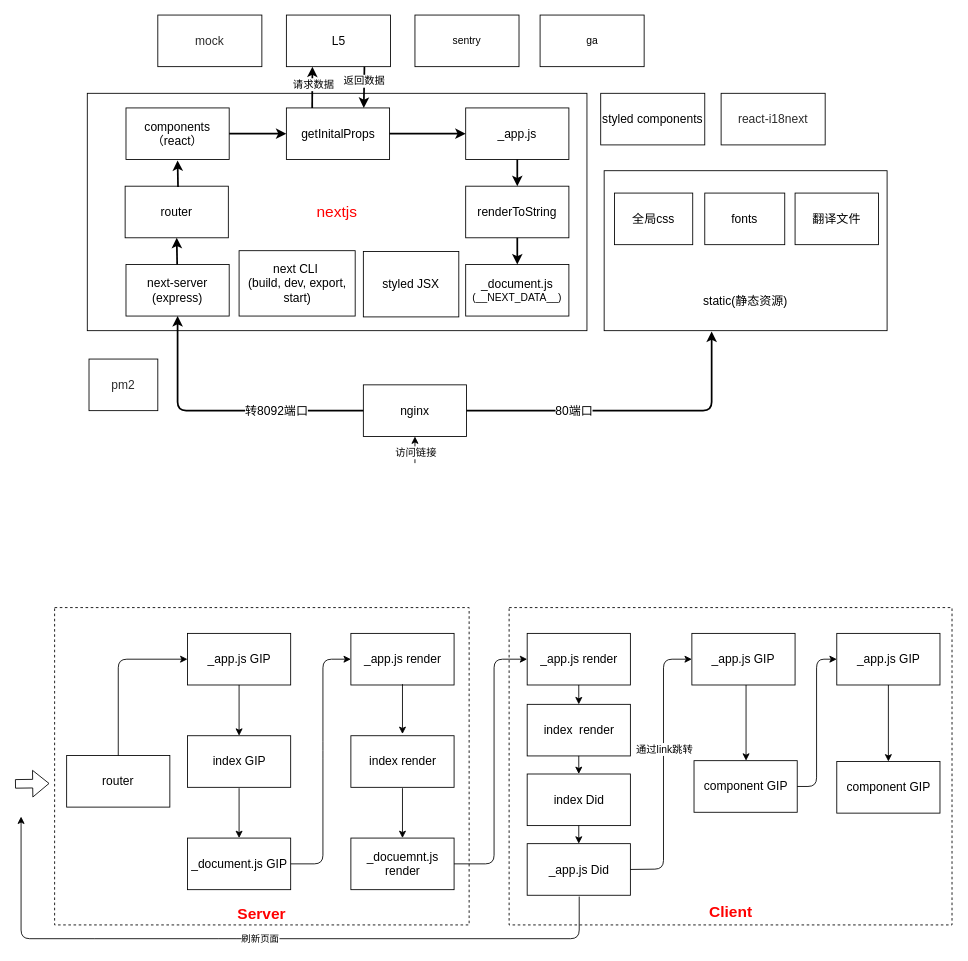
Above: Untitled Diagram.drawio in huanglijiao/docs (draw.io), before the change. Source tidied: cells renumbered, new cells numbered last; positions are measured from the earlier drawing's top-left corner, leaving out a move shared by most shapes. Both pictures are drawn from the tidied source at 86%, with x=0, y=0 at pixel (15, 15).
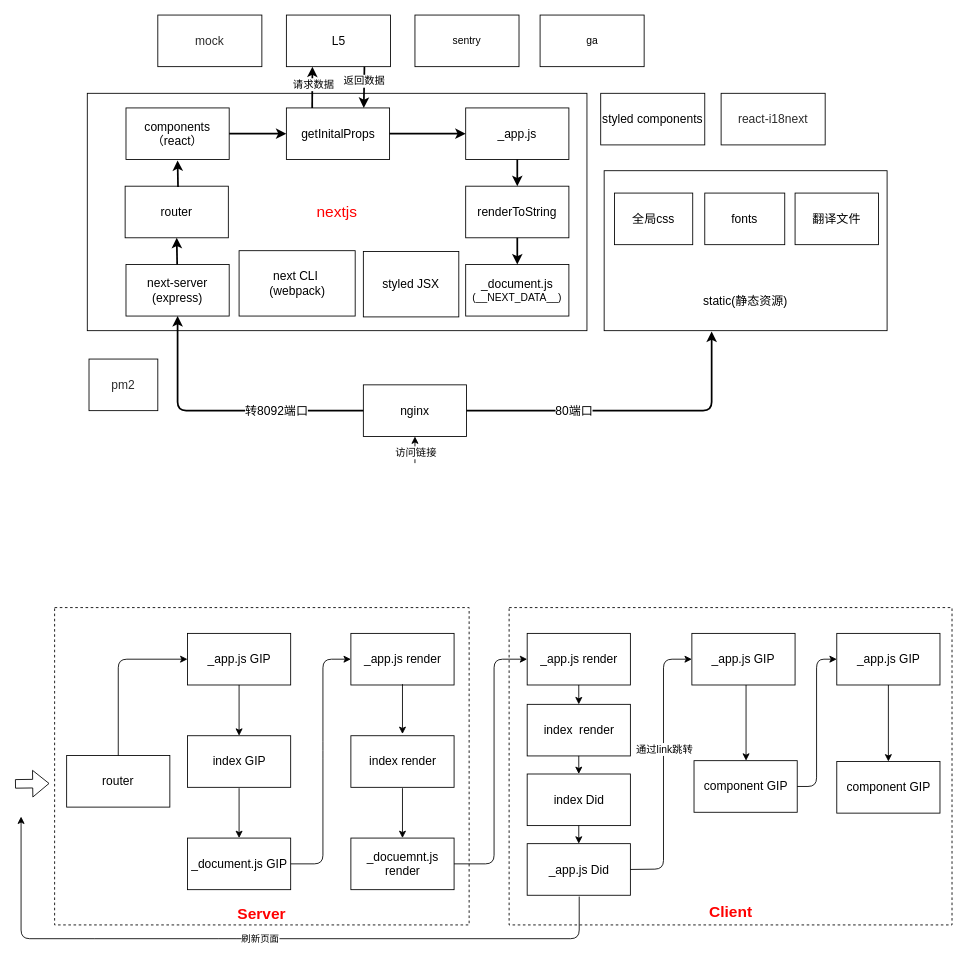
The same diagram, later.

The edit, as a diff of the source:
```diff
@@
-    <mxCell id="34" value="&lt;font style=&quot;font-size: 14px&quot;&gt;next CLI&amp;nbsp; &lt;br&gt;(build, dev, export, start)&lt;/font&gt;" style="rounded=0;whiteSpace=wrap;html=1;" parent="1" vertex="1">
+    <mxCell id="34" value="&lt;font style=&quot;font-size: 14px&quot;&gt;next CLI&amp;nbsp; &lt;br&gt;(webpack)&lt;/font&gt;" style="rounded=0;whiteSpace=wrap;html=1;" parent="1" vertex="1">
       <mxGeometry x="260.5" y="274" width="135" height="76" as="geometry" />
     </mxCell>
```
